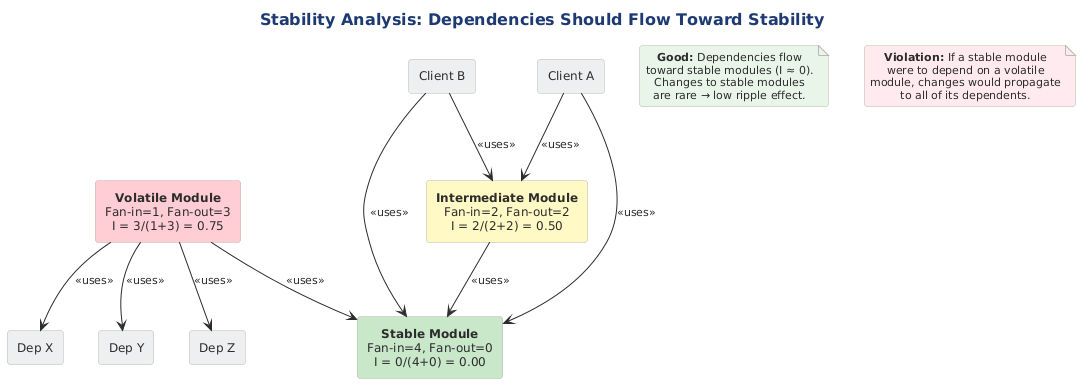
Above: src/architecture/views-and-beyond/style-catalogs/module/uses-style/png/stability-analysis-dependencies-should-flow.png in Notoriousjayy/latex-docs (PlantUML), before the change. Its diagram source:
```plantuml
@startuml

skinparam RectangleBorderColor #2C3E50
!include ../../../../../../tooling/styles/plantuml/structural/component-diagram-style.iuml

skinparam RectangleFontSize 12

title Stability Analysis: Dependencies Should Flow Toward Stability

rectangle "**Volatile Module**\nFan-in=1, Fan-out=3\nI = 3/(1+3) = 0.75" as VM #FFCDD2
rectangle "**Intermediate Module**\nFan-in=2, Fan-out=2\nI = 2/(2+2) = 0.50" as IM #FFF9C4
rectangle "**Stable Module**\nFan-in=4, Fan-out=0\nI = 0/(4+0) = 0.00" as SM #C8E6C9

rectangle "Client A" as CA #ECEFF1
rectangle "Client B" as CB #ECEFF1

rectangle "Dep X" as DX #ECEFF1
rectangle "Dep Y" as DY #ECEFF1
rectangle "Dep Z" as DZ #ECEFF1

CA -down-> IM : <<uses>>
CB -down-> IM : <<uses>>
VM -down-> DX : <<uses>>
VM -down-> DY : <<uses>>
VM -down-> DZ : <<uses>>
IM -down-> SM : <<uses>>
VM -down-> SM : <<uses>>
CA -down-> SM : <<uses>>
CB -down-> SM : <<uses>>

note as GOOD #E8F5E9
  **Good:** Dependencies flow
  toward stable modules (I ≈ 0).
  Changes to stable modules
  are rare → low ripple effect.
end note

note as BAD #FFEBEE
  **Violation:** If a stable module
  were to depend on a volatile
  module, changes would propagate
  to all of its dependents.
end note
@enduml
```
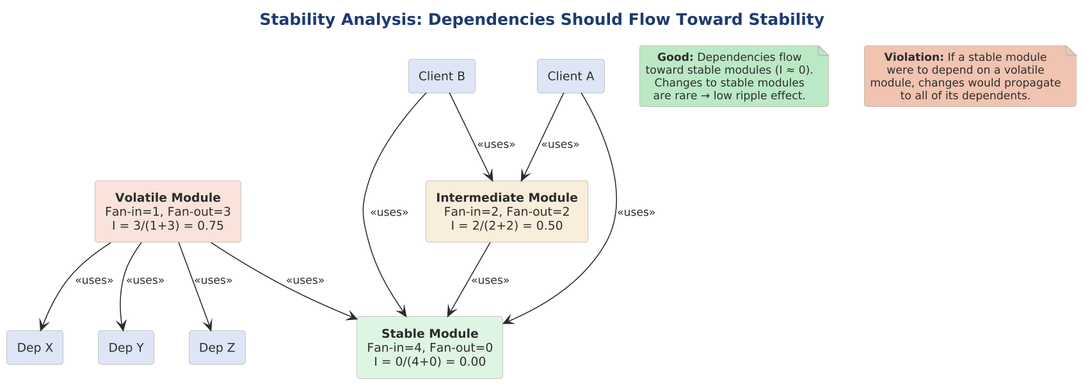
The same file after the commit.

What changed in the source:
```diff
@@ -1,22 +1,24 @@
 @startuml
 
-skinparam RectangleBorderColor #2C3E50
+skinparam dpi 150
+
+
+
+
 !include ../../../../../../tooling/styles/plantuml/structural/component-diagram-style.iuml
-
-skinparam RectangleFontSize 12
 
 title Stability Analysis: Dependencies Should Flow Toward Stability
 
-rectangle "**Volatile Module**\nFan-in=1, Fan-out=3\nI = 3/(1+3) = 0.75" as VM #FFCDD2
-rectangle "**Intermediate Module**\nFan-in=2, Fan-out=2\nI = 2/(2+2) = 0.50" as IM #FFF9C4
-rectangle "**Stable Module**\nFan-in=4, Fan-out=0\nI = 0/(4+0) = 0.00" as SM #C8E6C9
+rectangle "**Volatile Module**\nFan-in=1, Fan-out=3\nI = 3/(1+3) = 0.75" as VM $fill_invalid
+rectangle "**Intermediate Module**\nFan-in=2, Fan-out=2\nI = 2/(2+2) = 0.50" as IM $fill_caution
+rectangle "**Stable Module**\nFan-in=4, Fan-out=0\nI = 0/(4+0) = 0.00" as SM $fill_ok
 
-rectangle "Client A" as CA #ECEFF1
-rectangle "Client B" as CB #ECEFF1
+rectangle "Client A" as CA $fill_primary
+rectangle "Client B" as CB $fill_primary
 
-rectangle "Dep X" as DX #ECEFF1
-rectangle "Dep Y" as DY #ECEFF1
-rectangle "Dep Z" as DZ #ECEFF1
+rectangle "Dep X" as DX $fill_primary
+rectangle "Dep Y" as DY $fill_primary
+rectangle "Dep Z" as DZ $fill_primary
 
 CA -down-> IM : <<uses>>
 CB -down-> IM : <<uses>>
@@ -28,14 +30,14 @@
 CA -down-> SM : <<uses>>
 CB -down-> SM : <<uses>>
 
-note as GOOD #E8F5E9
+note as GOOD $deep_ok
   **Good:** Dependencies flow
   toward stable modules (I ≈ 0).
   Changes to stable modules
   are rare → low ripple effect.
 end note
 
-note as BAD #FFEBEE
+note as BAD $deep_invalid
   **Violation:** If a stable module
   were to depend on a volatile
   module, changes would propagate
```
